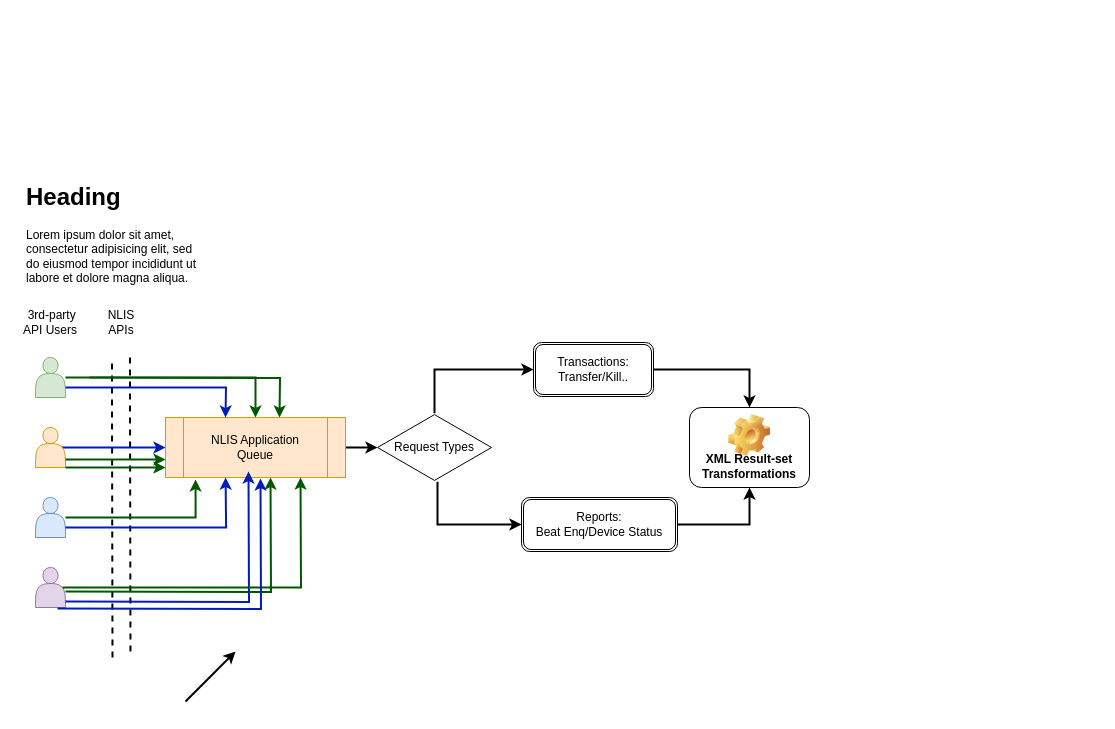
Earlier version of the draw.io diagram Untitled Diagram.drawio (mfahim/presentations). Source tidied: cells renumbered, new cells numbered last; positions are measured from the earlier drawing's top-left corner, leaving out a move shared by most shapes. Both pictures are drawn from the tidied source at 100%, with x=0, y=0 at pixel (21, 177).
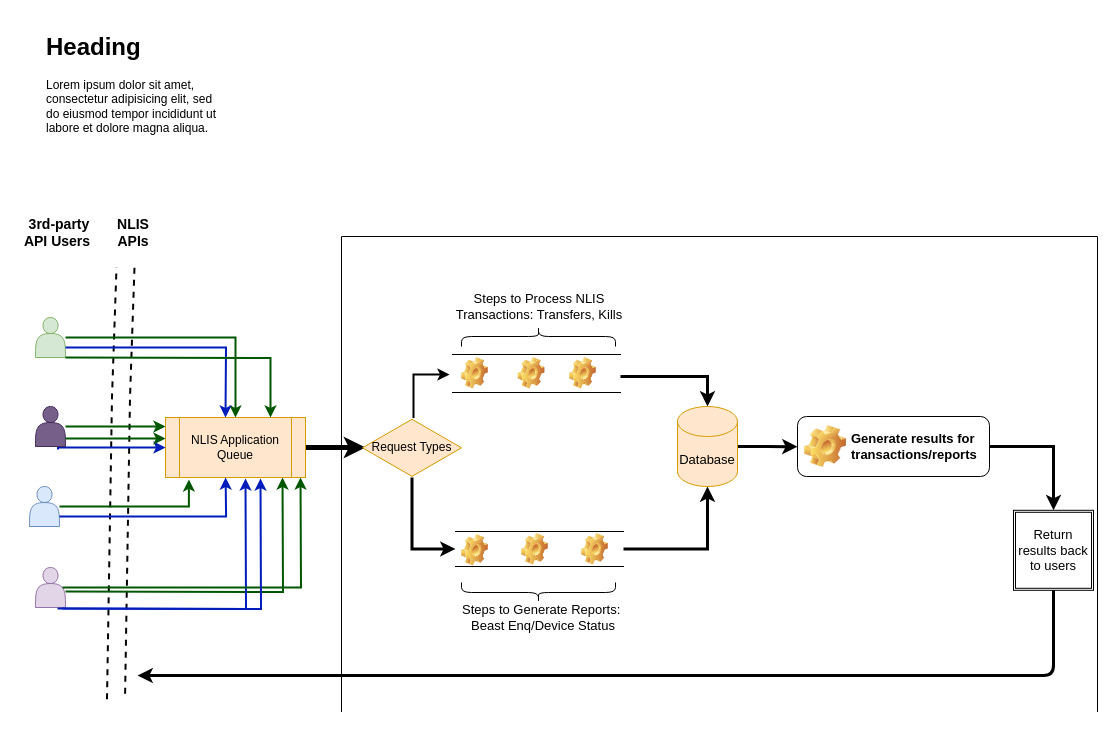
The same diagram, later.

What changed in the source:
```diff
@@
     <mxCell id="2" style="shape=link;html=1;width=17;sketch=0;shadow=0;dashed=1;strokeWidth=2;" parent="1" edge="1">
       <mxGeometry relative="1" as="geometry">
-        <mxPoint x="99.5" y="180" as="sourcePoint" />
-        <mxPoint x="100" y="480" as="targetPoint" />
+        <mxPoint x="104" y="90" as="sourcePoint" />
+        <mxPoint x="94.5" y="522" as="targetPoint" />
         <Array as="points">
           <mxPoint x="99.5" y="220" />
         </Array>
       </mxGeometry>
     </mxCell>
-    <mxCell id="3" style="edgeStyle=orthogonalEdgeStyle;rounded=0;sketch=0;jumpSize=8;jettySize=auto;html=1;shadow=0;strokeWidth=2;" parent="1" edge="1" source="4">
+    <mxCell id="3" style="edgeStyle=orthogonalEdgeStyle;rounded=0;sketch=0;jumpSize=8;jettySize=auto;html=1;shadow=0;strokeWidth=5;fillColor=#a20025;" parent="1" edge="1" source="4">
       <mxGeometry relative="1" as="geometry">
-        <mxPoint x="356" y="270" as="targetPoint" />
+        <mxPoint x="344" y="270" as="targetPoint" />
       </mxGeometry>
     </mxCell>
     <mxCell id="4" value="NLIS Application &lt;br&gt;Queue" style="shape=process;whiteSpace=wrap;html=1;backgroundOutline=1;fillColor=#ffe6cc;strokeColor=#d79b00;" parent="1" vertex="1">
-      <mxGeometry x="144" y="240" width="180" height="60" as="geometry" />
+      <mxGeometry x="144" y="240" width="140" height="60" as="geometry" />
     </mxCell>
-    <mxCell id="5" value="NLIS APIs" style="text;html=1;strokeColor=none;fillColor=none;align=center;verticalAlign=middle;whiteSpace=wrap;rounded=0;" parent="1" vertex="1">
-      <mxGeometry x="80" y="125" width="40" height="40" as="geometry" />
+    <mxCell id="5" value="NLIS APIs" style="text;html=1;strokeColor=none;fillColor=none;align=center;verticalAlign=middle;whiteSpace=wrap;rounded=0;fontSize=14;fontStyle=1;" parent="1" vertex="1">
+      <mxGeometry x="92" y="35" width="40" height="40" as="geometry" />
     </mxCell>
@@
     <mxCell id="7" style="shape=actor;whiteSpace=wrap;html=1;fillColor=#d5e8d4;strokeColor=#82b366;" parent="1" vertex="1">
-      <mxGeometry x="14" y="180" width="30" height="40" as="geometry" />
+      <mxGeometry x="14" y="140" width="30" height="40" as="geometry" />
     </mxCell>
@@
-    <mxCell id="9" style="shape=actor;whiteSpace=wrap;html=1;fillColor=#ffe6cc;strokeColor=#d79b00;" parent="1" vertex="1">
-      <mxGeometry x="14" y="250" width="30" height="40" as="geometry" />
+    <mxCell id="9" style="shape=actor;whiteSpace=wrap;html=1;fillColor=#76608a;strokeColor=#432D57;fontColor=#ffffff;" parent="1" vertex="1">
+      <mxGeometry x="14" y="229" width="30" height="40" as="geometry" />
     </mxCell>
-    <mxCell id="10" value="&amp;nbsp;3rd-party API Users" style="text;html=1;strokeColor=none;fillColor=none;align=center;verticalAlign=middle;whiteSpace=wrap;rounded=0;" parent="1" vertex="1">
-      <mxGeometry y="120" width="58" height="50" as="geometry" />
+    <mxCell id="10" value="&amp;nbsp;3rd-party API Users" style="text;html=1;strokeColor=none;fillColor=none;align=center;verticalAlign=middle;whiteSpace=wrap;rounded=0;fontSize=14;fontStyle=1;" parent="1" vertex="1">
+      <mxGeometry x="-4" y="30" width="80" height="50" as="geometry" />
     </mxCell>
@@
     <mxCell id="12" style="shape=actor;whiteSpace=wrap;html=1;fillColor=#dae8fc;strokeColor=#6c8ebf;" parent="1" vertex="1">
-      <mxGeometry x="14" y="320" width="30" height="40" as="geometry" />
+      <mxGeometry x="8" y="309" width="30" height="40" as="geometry" />
     </mxCell>
     <mxCell id="13" style="edgeStyle=orthogonalEdgeStyle;rounded=0;sketch=0;orthogonalLoop=1;jettySize=auto;html=1;shadow=0;strokeWidth=2;fillColor=#008a00;strokeColor=#005700;" parent="1" edge="1">
       <mxGeometry relative="1" as="geometry">
         <mxPoint x="44" y="414" as="sourcePoint" />
-        <mxPoint x="249" y="300" as="targetPoint" />
+        <mxPoint x="261" y="300" as="targetPoint" />
       </mxGeometry>
     </mxCell>
@@
     <mxCell id="16" style="edgeStyle=orthogonalEdgeStyle;rounded=0;sketch=0;orthogonalLoop=1;jettySize=auto;html=1;shadow=0;strokeWidth=2;fillColor=#008a00;strokeColor=#005700;" parent="1" edge="1">
       <mxGeometry relative="1" as="geometry">
-        <mxPoint x="44" y="290" as="sourcePoint" />
-        <mxPoint x="144" y="290" as="targetPoint" />
+        <mxPoint x="44" y="249" as="sourcePoint" />
+        <mxPoint x="144" y="249" as="targetPoint" />
       </mxGeometry>
     </mxCell>
@@
-    <mxCell id="18" style="edgeStyle=orthogonalEdgeStyle;rounded=0;sketch=0;orthogonalLoop=1;jettySize=auto;html=1;entryX=0.461;entryY=1;entryDx=0;entryDy=0;entryPerimeter=0;shadow=0;strokeWidth=2;fillColor=#0050ef;strokeColor=#001DBC;" parent="1" edge="1">
+    <mxCell id="18" style="edgeStyle=orthogonalEdgeStyle;rounded=0;sketch=0;orthogonalLoop=1;jettySize=auto;html=1;shadow=0;strokeWidth=2;fillColor=#0050ef;strokeColor=#001DBC;" parent="1" edge="1">
       <mxGeometry relative="1" as="geometry">
-        <mxPoint x="44" y="424" as="sourcePoint" />
-        <mxPoint x="227" y="294" as="targetPoint" />
+        <mxPoint x="41" y="431" as="sourcePoint" />
+        <mxPoint x="224" y="301" as="targetPoint" />
       </mxGeometry>
     </mxCell>
     <mxCell id="19" style="edgeStyle=orthogonalEdgeStyle;rounded=0;sketch=0;orthogonalLoop=1;jettySize=auto;html=1;shadow=0;strokeWidth=2;fillColor=#008a00;strokeColor=#005700;" parent="1" edge="1">
       <mxGeometry relative="1" as="geometry">
-        <mxPoint x="44" y="282" as="sourcePoint" />
-        <mxPoint x="144" y="282" as="targetPoint" />
+        <mxPoint x="44" y="261" as="sourcePoint" />
+        <mxPoint x="144" y="261" as="targetPoint" />
       </mxGeometry>
     </mxCell>
@@
-    <mxCell id="21" style="edgeStyle=orthogonalEdgeStyle;rounded=0;sketch=0;orthogonalLoop=1;jettySize=auto;html=1;shadow=0;fillColor=#008a00;strokeColor=#005700;jumpSize=8;strokeWidth=2;" parent="1" edge="1">
+    <mxCell id="21" style="edgeStyle=orthogonalEdgeStyle;rounded=0;sketch=0;jettySize=auto;html=1;shadow=0;fillColor=#008a00;strokeColor=#005700;jumpSize=8;strokeWidth=2;entryX=0.75;entryY=0;entryDx=0;entryDy=0;" parent="1" edge="1" target="4">
       <mxGeometry relative="1" as="geometry">
-        <mxPoint x="68" y="200" as="sourcePoint" />
-        <mxPoint x="258" y="240" as="targetPoint" />
+        <mxPoint x="44" y="180" as="sourcePoint" />
       </mxGeometry>
     </mxCell>
@@
-    <mxCell id="23" style="edgeStyle=orthogonalEdgeStyle;rounded=0;sketch=0;jumpSize=8;jettySize=auto;html=1;entryX=0.5;entryY=0;entryDx=0;entryDy=0;shadow=0;strokeWidth=2;" parent="1" edge="1" source="24" target="30">
-      <mxGeometry relative="1" as="geometry" />
-    </mxCell>
-    <mxCell id="24" value="Transactions: Transfer/Kill.." style="shape=ext;double=1;rounded=1;whiteSpace=wrap;html=1;" parent="1" vertex="1">
-      <mxGeometry x="512" y="165" width="120" height="54" as="geometry" />
-    </mxCell>
-    <mxCell id="25" style="edgeStyle=orthogonalEdgeStyle;rounded=0;sketch=0;jumpSize=8;jettySize=auto;html=1;shadow=0;strokeWidth=2;" parent="1" edge="1" source="27" target="24">
+    <mxCell id="25" style="edgeStyle=orthogonalEdgeStyle;rounded=0;sketch=0;jumpSize=8;orthogonalLoop=1;jettySize=auto;html=1;shadow=0;strokeWidth=2;" parent="1" edge="1">
       <mxGeometry relative="1" as="geometry">
+        <mxPoint x="392" y="240.6" as="sourcePoint" />
+        <mxPoint x="428" y="197" as="targetPoint" />
         <Array as="points">
-          <mxPoint x="413" y="192" />
+          <mxPoint x="392" y="197" />
         </Array>
       </mxGeometry>
     </mxCell>
-    <mxCell id="26" style="edgeStyle=orthogonalEdgeStyle;rounded=0;sketch=0;jumpSize=8;jettySize=auto;html=1;shadow=0;strokeWidth=2;" parent="1" edge="1" source="27" target="29">
-      <mxGeometry relative="1" as="geometry">
-        <Array as="points">
-          <mxPoint x="416" y="347" />
-        </Array>
-      </mxGeometry>
-    </mxCell>
+    <mxCell id="33" style="edgeStyle=orthogonalEdgeStyle;rounded=0;sketch=0;jumpSize=8;jettySize=auto;html=1;entryX=0;entryY=0.5;entryDx=0;entryDy=0;shadow=0;strokeColor=#000000;strokeWidth=3;fontSize=13;" parent="1" edge="1" source="27" target="42">
+      <mxGeometry relative="1" as="geometry" />
+    </mxCell>
-    <mxCell id="27" value="Request Types" style="html=1;whiteSpace=wrap;shape=isoRectangle;" parent="1" vertex="1">
-      <mxGeometry x="356" y="235.8" width="114" height="68.4" as="geometry" />
+    <mxCell id="27" value="Request Types" style="html=1;whiteSpace=wrap;shape=isoRectangle;fillColor=#ffe6cc;strokeColor=#d79b00;" parent="1" vertex="1">
+      <mxGeometry x="341" y="240.6" width="99" height="59.4" as="geometry" />
     </mxCell>
-    <mxCell id="28" style="edgeStyle=orthogonalEdgeStyle;rounded=0;sketch=0;jumpSize=8;jettySize=auto;html=1;entryX=0.5;entryY=1;entryDx=0;entryDy=0;shadow=0;strokeWidth=2;" parent="1" edge="1" source="29" target="30">
-      <mxGeometry relative="1" as="geometry" />
-    </mxCell>
-    <mxCell id="29" value="Reports: &lt;br&gt;Beat Enq/Device Status" style="shape=ext;double=1;rounded=1;whiteSpace=wrap;html=1;" parent="1" vertex="1">
-      <mxGeometry x="500" y="320" width="156" height="54" as="geometry" />
-    </mxCell>
-    <mxCell id="30" value="XML Result-set Transformations" style="label;whiteSpace=wrap;html=1;align=center;verticalAlign=bottom;spacingLeft=0;spacingBottom=4;imageAlign=center;imageVerticalAlign=top;image=img/clipart/Gear_128x128.png;" parent="1" vertex="1">
-      <mxGeometry x="668" y="230" width="120" height="80" as="geometry" />
-    </mxCell>
-    <mxCell id="31" style="endArrow=classic;html=1;shadow=0;strokeWidth=2;" parent="1" edge="1">
-      <mxGeometry relative="1" as="geometry">
-        <mxPoint x="164" y="524" as="sourcePoint" />
-        <mxPoint x="214" y="474" as="targetPoint" />
-      </mxGeometry>
-    </mxCell>
     <mxCell id="32" value="&lt;h1&gt;Heading&lt;/h1&gt;&lt;p&gt;Lorem ipsum dolor sit amet, consectetur adipisicing elit, sed do eiusmod tempor incididunt ut labore et dolore magna aliqua.&lt;/p&gt;" style="text;html=1;strokeColor=none;fillColor=none;spacing=5;spacingTop=-20;whiteSpace=wrap;overflow=hidden;rounded=0;" parent="1" vertex="1">
-      <mxGeometry width="190" height="120" as="geometry" />
+      <mxGeometry x="20" y="-150" width="190" height="120" as="geometry" />
     </mxCell>
+    <mxCell id="34" style="shape=curlyBracket;whiteSpace=wrap;html=1;rounded=1;fontSize=13;direction=south;" parent="1" vertex="1">
+      <mxGeometry x="440" y="149" width="154" height="20" as="geometry" />
+    </mxCell>
+    <mxCell id="35" value="Steps to Process NLIS Transactions: Transfers, Kills" style="text;html=1;strokeColor=none;fillColor=none;align=center;verticalAlign=middle;whiteSpace=wrap;rounded=0;fontSize=13;" parent="1" vertex="1">
+      <mxGeometry x="428" y="119" width="180" height="20" as="geometry" />
+    </mxCell>
+    <mxCell id="36" style="shape=image;html=1;verticalLabelPosition=bottom;verticalAlign=top;imageAspect=1;image=img/clipart/Gear_128x128.png;" parent="1" vertex="1">
+      <mxGeometry x="440" y="180" width="26.9" height="31.5" as="geometry" />
+    </mxCell>
+    <mxCell id="37" style="shape=image;html=1;verticalLabelPosition=bottom;verticalAlign=top;imageAspect=1;image=img/clipart/Gear_128x128.png;" parent="1" vertex="1">
+      <mxGeometry x="496.6" y="180" width="26.9" height="31.5" as="geometry" />
+    </mxCell>
+    <mxCell id="38" style="shape=image;html=1;verticalLabelPosition=bottom;verticalAlign=top;imageAspect=1;image=img/clipart/Gear_128x128.png;" parent="1" vertex="1">
+      <mxGeometry x="548" y="180" width="26.9" height="31.5" as="geometry" />
+    </mxCell>
+    <mxCell id="39" style="edgeStyle=orthogonalEdgeStyle;rounded=0;sketch=0;jumpSize=8;jettySize=auto;html=1;shadow=0;strokeWidth=3;fontSize=13;" parent="1" edge="1" source="40" target="49">
+      <mxGeometry relative="1" as="geometry">
+        <Array as="points">
+          <mxPoint x="686" y="199" />
+        </Array>
+      </mxGeometry>
+    </mxCell>
+    <mxCell id="40" style="shape=partialRectangle;whiteSpace=wrap;html=1;left=0;right=0;fillColor=none;fontSize=13;" parent="1" vertex="1">
+      <mxGeometry x="431" y="177" width="168" height="38" as="geometry" />
+    </mxCell>
+    <mxCell id="41" style="edgeStyle=orthogonalEdgeStyle;rounded=0;sketch=0;jumpSize=8;jettySize=auto;html=1;shadow=0;strokeWidth=3;fontSize=13;" parent="1" edge="1" source="42" target="49">
+      <mxGeometry relative="1" as="geometry" />
+    </mxCell>
+    <mxCell id="42" style="shape=partialRectangle;whiteSpace=wrap;html=1;left=0;right=0;fillColor=none;fontSize=13;" parent="1" vertex="1">
+      <mxGeometry x="434" y="354" width="168" height="35" as="geometry" />
+    </mxCell>
+    <mxCell id="43" style="shape=image;html=1;verticalLabelPosition=bottom;verticalAlign=top;imageAspect=1;image=img/clipart/Gear_128x128.png;" parent="1" vertex="1">
+      <mxGeometry x="440" y="357" width="26.9" height="31.5" as="geometry" />
+    </mxCell>
+    <mxCell id="44" style="shape=image;html=1;verticalLabelPosition=bottom;verticalAlign=top;imageAspect=1;image=img/clipart/Gear_128x128.png;" parent="1" vertex="1">
+      <mxGeometry x="500" y="356" width="26.9" height="31.5" as="geometry" />
+    </mxCell>
+    <mxCell id="45" style="shape=image;html=1;verticalLabelPosition=bottom;verticalAlign=top;imageAspect=1;image=img/clipart/Gear_128x128.png;" parent="1" vertex="1">
+      <mxGeometry x="560" y="356" width="26.9" height="31.5" as="geometry" />
+    </mxCell>
+    <mxCell id="46" style="shape=curlyBracket;whiteSpace=wrap;html=1;rounded=1;fontSize=13;direction=north;" parent="1" vertex="1">
+      <mxGeometry x="440" y="405" width="154" height="20" as="geometry" />
+    </mxCell>
+    <mxCell id="47" value="Steps to Generate Reports:&amp;nbsp;&lt;br&gt;Beast Enq/Device Status" style="text;html=1;strokeColor=none;fillColor=none;align=center;verticalAlign=middle;whiteSpace=wrap;rounded=0;fontSize=13;" parent="1" vertex="1">
+      <mxGeometry x="432" y="430" width="180" height="20" as="geometry" />
+    </mxCell>
+    <mxCell id="48" style="edgeStyle=orthogonalEdgeStyle;rounded=0;sketch=0;jumpSize=8;jettySize=auto;html=1;entryX=0;entryY=0.5;entryDx=0;entryDy=0;shadow=0;strokeWidth=3;fontSize=13;" parent="1" edge="1" source="49">
+      <mxGeometry relative="1" as="geometry">
+        <mxPoint x="776" y="269.3" as="targetPoint" />
+      </mxGeometry>
+    </mxCell>
+    <mxCell id="49" value="Database" style="shape=cylinder3;whiteSpace=wrap;html=1;boundedLbl=1;backgroundOutline=1;size=15;fontSize=13;fillColor=#ffe6cc;strokeColor=#d79b00;" parent="1" vertex="1">
+      <mxGeometry x="656" y="229" width="60" height="80" as="geometry" />
+    </mxCell>
+    <mxCell id="50" style="edgeStyle=orthogonalEdgeStyle;rounded=0;sketch=0;jumpSize=8;jettySize=auto;html=1;entryX=0.5;entryY=0;entryDx=0;entryDy=0;shadow=0;strokeColor=#000000;strokeWidth=3;fontSize=13;" parent="1" edge="1" source="51" target="52">
+      <mxGeometry relative="1" as="geometry" />
+    </mxCell>
+    <mxCell id="51" value="Generate results for transactions/reports" style="label;whiteSpace=wrap;html=1;image=img/clipart/Gear_128x128.png;fontSize=13;" parent="1" vertex="1">
+      <mxGeometry x="776" y="239" width="192" height="60" as="geometry" />
+    </mxCell>
+    <mxCell id="52" value="Return results back to users" style="shape=ext;double=1;whiteSpace=wrap;html=1;fontSize=13;" parent="1" vertex="1">
+      <mxGeometry x="992" y="332.8" width="80" height="80" as="geometry" />
+    </mxCell>
+    <mxCell id="53" style="edgeStyle=segmentEdgeStyle;endArrow=classic;html=1;shadow=0;strokeColor=#000000;strokeWidth=3;fontSize=13;exitX=0.5;exitY=1;exitDx=0;exitDy=0;" parent="1" edge="1" source="52">
+      <mxGeometry relative="1" as="geometry">
+        <mxPoint x="116" y="498" as="targetPoint" />
+        <Array as="points">
+          <mxPoint x="1032" y="498" />
+          <mxPoint x="836" y="498" />
+        </Array>
+      </mxGeometry>
+    </mxCell>
+    <mxCell id="54" style="shape=partialRectangle;whiteSpace=wrap;html=1;bottom=1;right=1;left=1;top=0;fillColor=none;routingCenterX=-0.5;fontSize=14;direction=west;" parent="1" vertex="1">
+      <mxGeometry x="320" y="59" width="756" height="475" as="geometry" />
+    </mxCell>
```
